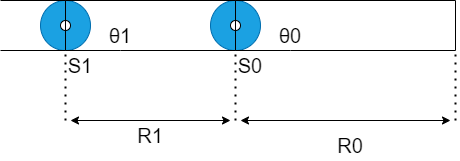
Earlier version of the draw.io export Documents/脚全体図_2.drawio.png (takanezawa0829/robot_contest). Source tidied: cells renumbered, new cells last; positions are measured from the earlier drawing's top-left corner, leaving out a move shared by most shapes.
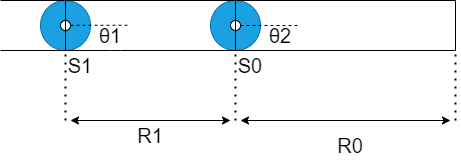
The same file after the commit.

The edit, as a diff of the source:
```diff
@@ -11,8 +11,10 @@
     <mxCell id="4" style="endArrow=none;html=1;exitX=0.5;exitY=0;exitDx=0;exitDy=0;entryX=0.5;entryY=0;entryDx=0;entryDy=0;" parent="1" edge="1" source="2" target="3">
       <mxGeometry relative="1" as="geometry" />
     </mxCell>
-    <mxCell id="5" style="endArrow=none;html=1;exitX=0.5;exitY=1;exitDx=0;exitDy=0;entryX=0.5;entryY=1;entryDx=0;entryDy=0;startArrow=none;" parent="1" edge="1" source="29" target="3">
-      <mxGeometry relative="1" as="geometry" />
+    <mxCell id="5" style="endArrow=none;html=1;exitX=0.5;exitY=1;exitDx=0;exitDy=0;entryX=0.5;entryY=1;entryDx=0;entryDy=0;startArrow=none;" parent="1" edge="1" target="3">
+      <mxGeometry relative="1" as="geometry">
+        <mxPoint x="120" y="50" as="sourcePoint" />
+      </mxGeometry>
     </mxCell>
     <mxCell id="6" style="endArrow=none;html=1;exitX=0.5;exitY=1;exitDx=0;exitDy=0;entryX=0.5;entryY=0;entryDx=0;entryDy=0;startArrow=none;" parent="1" edge="1" source="17" target="2">
       <mxGeometry relative="1" as="geometry" />
@@ -25,7 +27,7 @@
         <mxPoint x="455" as="targetPoint" />
       </mxGeometry>
     </mxCell>
-    <mxCell id="9" style="endArrow=none;html=1;exitX=0.5;exitY=1;exitDx=0;exitDy=0;entryX=0.5;entryY=1;entryDx=0;entryDy=0;startArrow=none;" parent="1" edge="1" source="27">
+    <mxCell id="9" style="endArrow=none;html=1;exitX=0.5;exitY=1;exitDx=0;exitDy=0;entryX=0.5;entryY=1;entryDx=0;entryDy=0;startArrow=none;" parent="1" edge="1" source="34">
       <mxGeometry relative="1" as="geometry">
         <mxPoint x="455" y="50" as="targetPoint" />
       </mxGeometry>
@@ -105,17 +107,40 @@
     <mxCell id="26" value="&lt;span style=&quot;font-size: 20px&quot;&gt;R0&lt;/span&gt;" style="text;html=1;strokeColor=none;fillColor=none;align=center;verticalAlign=middle;whiteSpace=wrap;rounded=0;" parent="1" vertex="1">
       <mxGeometry x="320" y="130" width="60" height="30" as="geometry" />
     </mxCell>
-    <mxCell id="27" value="&lt;span style=&quot;font-size: 20px&quot;&gt;θ0&lt;/span&gt;" style="text;html=1;strokeColor=none;fillColor=none;align=center;verticalAlign=middle;whiteSpace=wrap;rounded=0;" parent="1" vertex="1">
-      <mxGeometry x="260" y="20" width="60" height="30" as="geometry" />
-    </mxCell>
-    <mxCell id="28" style="endArrow=none;html=1;exitX=0.5;exitY=1;exitDx=0;exitDy=0;entryX=0.5;entryY=1;entryDx=0;entryDy=0;" parent="1" edge="1" source="3" target="27">
-      <mxGeometry relative="1" as="geometry" />
+    <mxCell id="28" style="endArrow=none;html=1;exitX=0.5;exitY=1;exitDx=0;exitDy=0;entryX=0.5;entryY=1;entryDx=0;entryDy=0;" parent="1" edge="1" source="3">
+      <mxGeometry relative="1" as="geometry">
+        <mxPoint x="290" y="50" as="targetPoint" />
+      </mxGeometry>
     </mxCell>
+    <mxCell id="30" style="endArrow=none;html=1;exitX=0.5;exitY=1;exitDx=0;exitDy=0;entryX=0.5;entryY=1;entryDx=0;entryDy=0;startArrow=none;" parent="1" edge="1" source="29">
+      <mxGeometry relative="1" as="geometry">
+        <mxPoint x="120" y="50" as="targetPoint" />
+      </mxGeometry>
+    </mxCell>
+    <mxCell id="31" style="endArrow=none;dashed=1;html=1;exitX=1;exitY=0.5;exitDx=0;exitDy=0;" parent="1" edge="1" source="19">
+      <mxGeometry relative="1" as="geometry">
+        <mxPoint x="300" y="25" as="targetPoint" />
+      </mxGeometry>
+    </mxCell>
+    <mxCell id="32" style="endArrow=none;dashed=1;html=1;exitX=1;exitY=0.5;exitDx=0;exitDy=0;" parent="1" edge="1">
+      <mxGeometry relative="1" as="geometry">
+        <mxPoint x="70" y="24.8" as="sourcePoint" />
+        <mxPoint x="130" y="24.8" as="targetPoint" />
+      </mxGeometry>
+    </mxCell>
     <mxCell id="29" value="&lt;span style=&quot;font-size: 20px&quot;&gt;θ1&lt;/span&gt;" style="text;html=1;strokeColor=none;fillColor=none;align=center;verticalAlign=middle;whiteSpace=wrap;rounded=0;" parent="1" vertex="1">
-      <mxGeometry x="90" y="20" width="60" height="30" as="geometry" />
+      <mxGeometry x="80" y="20" width="60" height="30" as="geometry" />
     </mxCell>
-    <mxCell id="30" style="endArrow=none;html=1;exitX=0.5;exitY=1;exitDx=0;exitDy=0;entryX=0.5;entryY=1;entryDx=0;entryDy=0;" parent="1" edge="1" source="2" target="29">
-      <mxGeometry relative="1" as="geometry" />
-    </mxCell>
+    <mxCell id="33" style="endArrow=none;html=1;exitX=0.5;exitY=1;exitDx=0;exitDy=0;entryX=0.5;entryY=1;entryDx=0;entryDy=0;" parent="1" edge="1" source="2" target="29">
+      <mxGeometry relative="1" as="geometry" />
+    </mxCell>
+    <mxCell id="34" value="&lt;span style=&quot;font-size: 20px&quot;&gt;θ2&lt;/span&gt;" style="text;html=1;strokeColor=none;fillColor=none;align=center;verticalAlign=middle;whiteSpace=wrap;rounded=0;" parent="1" vertex="1">
+      <mxGeometry x="250" y="20" width="60" height="30" as="geometry" />
+    </mxCell>
+    <mxCell id="35" style="endArrow=none;html=1;exitX=0.5;exitY=1;exitDx=0;exitDy=0;entryX=0.5;entryY=1;entryDx=0;entryDy=0;startArrow=none;" parent="1" edge="1" target="34">
+      <mxGeometry relative="1" as="geometry">
+        <mxPoint x="290" y="50" as="sourcePoint" />
+      </mxGeometry>
+    </mxCell>
   </root>
 </mxGraphModel>
```
